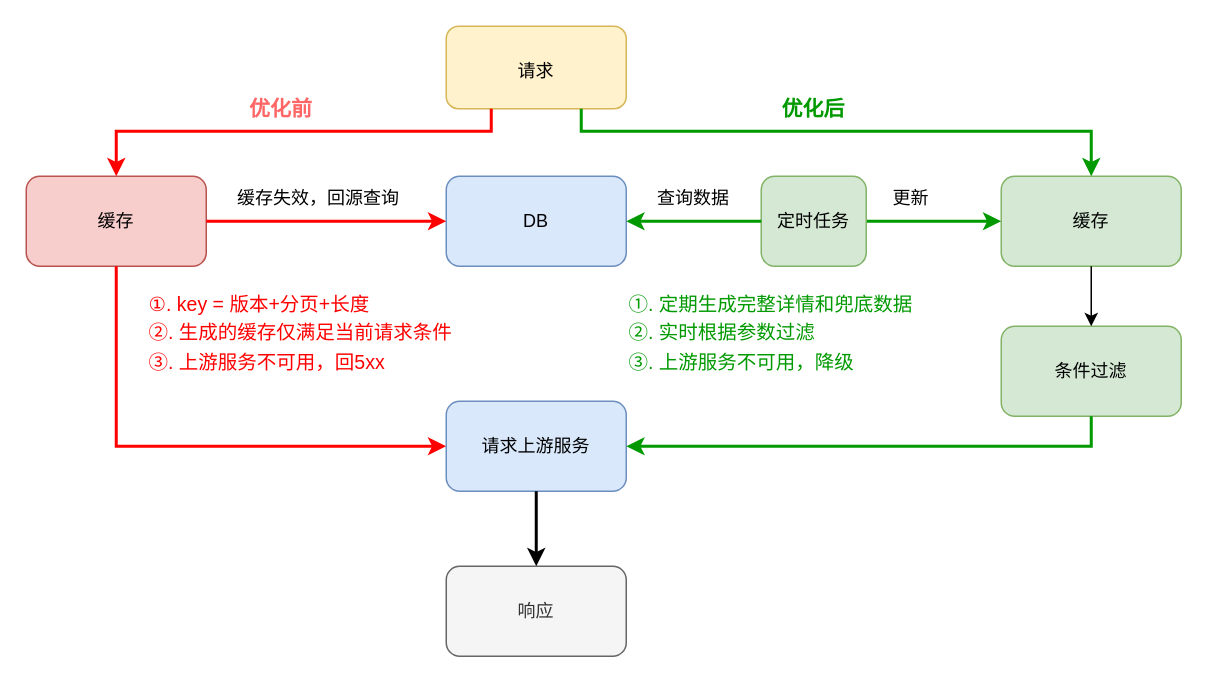
Before: test7.drawio in lewiskyo/test_git, a draw.io diagram. Source tidied: cells renumbered, new cells numbered last; positions are measured from the earlier drawing's top-left corner, leaving out a move shared by most shapes. Both pictures are drawn from the tidied source at 150%, with x=0, y=0 at pixel (26, 26).
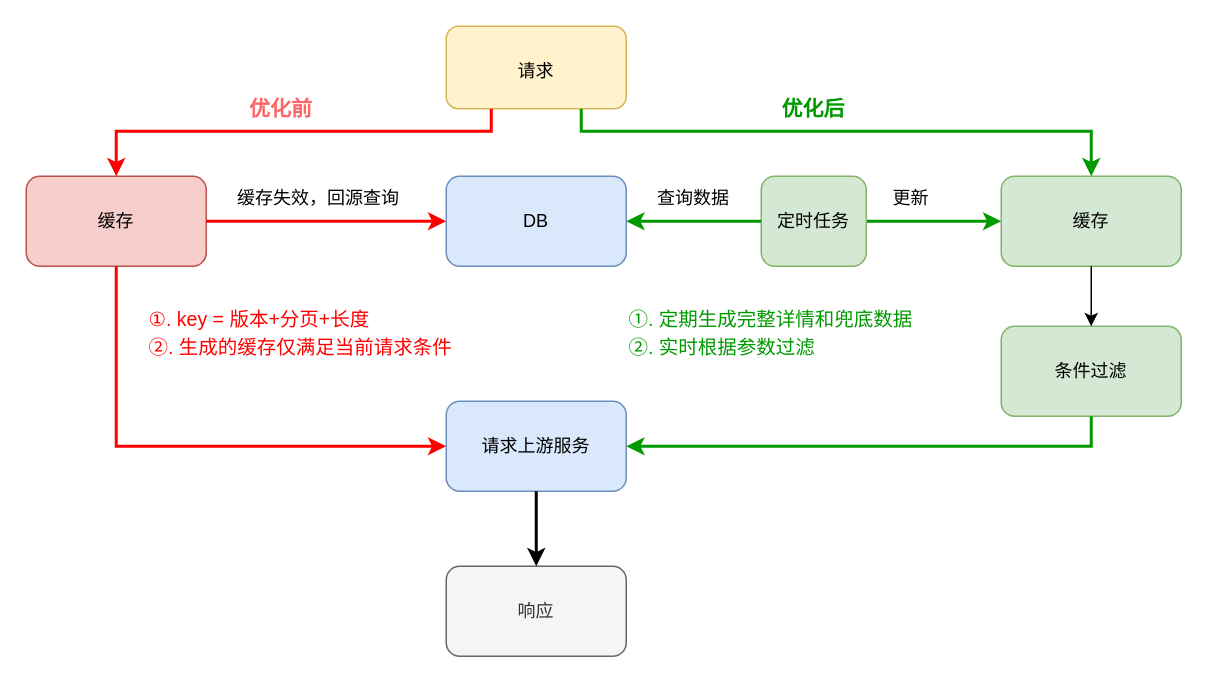
Above is the later version.

Unchanged cells that the change refers to:
```xml
<mxCell id="2" style="group;" parent="1" vertex="1">
  <mxGeometry width="770" height="310" as="geometry" />
</mxCell>
```

The edit, as a diff of the source:
```diff
@@
-    <mxCell id="23" value="&lt;p style=&quot;line-height: 50%; font-size: 13px;&quot;&gt;&lt;font style=&quot;font-size: 13px;&quot;&gt;①. 定期生成完整详情和兜底数据&lt;/font&gt;&lt;/p&gt;&lt;p style=&quot;line-height: 50%; font-size: 13px;&quot;&gt;&lt;font style=&quot;font-size: 13px;&quot;&gt;②. 实时根据参数过滤&lt;/font&gt;&lt;/p&gt;&lt;p style=&quot;line-height: 50%; font-size: 13px;&quot;&gt;&lt;font style=&quot;font-size: 13px;&quot;&gt;③. 上游服务不可用，降级&lt;/font&gt;&lt;/p&gt;" style="text;html=1;strokeColor=none;fillColor=none;align=left;verticalAlign=middle;whiteSpace=wrap;rounded=0;fontColor=#009900;" parent="2" vertex="1">
+    <mxCell id="23" value="&lt;p style=&quot;line-height: 50%; font-size: 13px;&quot;&gt;&lt;font style=&quot;font-size: 13px;&quot;&gt;①. 定期生成完整详情和兜底数据&lt;/font&gt;&lt;/p&gt;&lt;p style=&quot;line-height: 50%; font-size: 13px;&quot;&gt;&lt;font style=&quot;font-size: 13px;&quot;&gt;②. 实时根据参数过滤&lt;/font&gt;&lt;/p&gt;" style="text;html=1;strokeColor=none;fillColor=none;align=left;verticalAlign=middle;whiteSpace=wrap;rounded=0;fontColor=#009900;" parent="2" vertex="1">
       <mxGeometry x="400" y="160" width="230" height="90" as="geometry" />
     </mxCell>
@@
-    <mxCell id="26" value="&lt;p style=&quot;line-height: 50%; font-size: 13px;&quot;&gt;&lt;font color=&quot;#ff0000&quot; style=&quot;font-size: 13px;&quot;&gt;①. key = 版本+分页+长度&lt;/font&gt;&lt;/p&gt;&lt;p style=&quot;line-height: 50%; font-size: 13px;&quot;&gt;&lt;font color=&quot;#ff0000&quot; style=&quot;font-size: 13px;&quot;&gt;&lt;span style=&quot;font-size: 13px;&quot;&gt;②. 生成的缓存仅满足当前请求条件&lt;/span&gt;&lt;/font&gt;&lt;/p&gt;&lt;p style=&quot;line-height: 50%; font-size: 13px;&quot;&gt;&lt;/p&gt;&lt;p style=&quot;line-height: 50%; font-size: 13px;&quot;&gt;&lt;font color=&quot;#ff0000&quot; style=&quot;font-size: 13px;&quot;&gt;&lt;span style=&quot;font-size: 13px;&quot;&gt;③. 上游服务不可用，回5xx&lt;/span&gt;&lt;/font&gt;&lt;/p&gt;" style="text;html=1;strokeColor=none;fillColor=none;align=left;verticalAlign=middle;whiteSpace=wrap;rounded=0;fontSize=13;" parent="1" vertex="1">
+    <mxCell id="26" value="&lt;p style=&quot;line-height: 50%; font-size: 13px;&quot;&gt;&lt;font color=&quot;#ff0000&quot; style=&quot;font-size: 13px;&quot;&gt;①. key = 版本+分页+长度&lt;/font&gt;&lt;/p&gt;&lt;p style=&quot;line-height: 50%; font-size: 13px;&quot;&gt;&lt;font color=&quot;#ff0000&quot; style=&quot;font-size: 13px;&quot;&gt;&lt;span style=&quot;font-size: 13px;&quot;&gt;②. 生成的缓存仅满足当前请求条件&lt;/span&gt;&lt;/font&gt;&lt;/p&gt;" style="text;html=1;strokeColor=none;fillColor=none;align=left;verticalAlign=middle;whiteSpace=wrap;rounded=0;fontSize=13;" parent="1" vertex="1">
       <mxGeometry x="80" y="160" width="210" height="90" as="geometry" />
     </mxCell>
```
